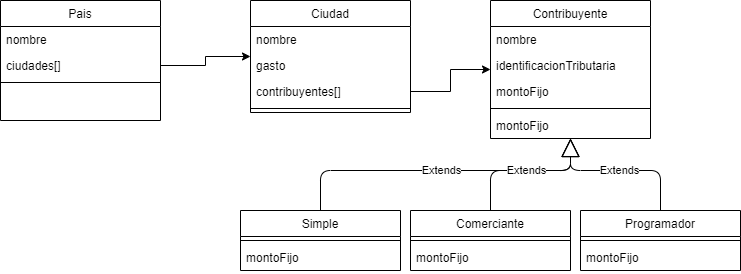
Before: Practico 5/src/ejercicio4/Ejercicio 4 p5 - Diagram.png, a diagram exported from draw.io (fdcrespi/programacion2). Source tidied: cells renumbered, new cells last; positions are measured from the earlier drawing's top-left corner, leaving out a move shared by most shapes. The source it was exported from:
```xml
<mxGraphModel>
  <root>
    <mxCell id="0" />
    <mxCell id="1" parent="0" />
    <mxCell id="2" value="Pais" style="swimlane;fontStyle=0;align=center;verticalAlign=top;horizontal=1;startSize=26;rounded=0;shadow=0;strokeWidth=1;" parent="1" vertex="1">
      <mxGeometry width="160" height="120" as="geometry" />
    </mxCell>
    <mxCell id="3" value="nombre" style="text;align=left;verticalAlign=top;spacingLeft=4;spacingRight=4;overflow=hidden;rounded=0;shadow=0;html=0;" parent="2" vertex="1">
      <mxGeometry y="26" width="160" height="26" as="geometry" />
    </mxCell>
    <mxCell id="4" value="ciudades[]" style="text;align=left;verticalAlign=top;spacingLeft=4;spacingRight=4;overflow=hidden;points=[[0,0.5],[1,0.5]];portConstraint=eastwest;rounded=0;shadow=0;html=0;" parent="2" vertex="1">
      <mxGeometry y="52" width="160" height="26" as="geometry" />
    </mxCell>
    <mxCell id="5" style="line;html=1;strokeWidth=1;align=left;verticalAlign=middle;spacingTop=-1;spacingLeft=3;spacingRight=3;labelPosition=right;" parent="2" vertex="1">
      <mxGeometry y="78" width="160" height="8" as="geometry" />
    </mxCell>
    <mxCell id="6" style="text;strokeColor=none;fillColor=none;align=left;verticalAlign=middle;spacingTop=-1;spacingLeft=4;spacingRight=4;labelPosition=right;" parent="1" vertex="1">
      <mxGeometry x="340" y="120" width="20" height="14" as="geometry" />
    </mxCell>
    <mxCell id="7" value="Ciudad" style="swimlane;fontStyle=0;align=center;verticalAlign=top;horizontal=1;startSize=26;" parent="1" vertex="1">
      <mxGeometry x="250" width="160" height="112" as="geometry" />
    </mxCell>
    <mxCell id="8" value="nombre" style="text;strokeColor=none;fillColor=none;align=left;verticalAlign=top;spacingLeft=4;spacingRight=4;overflow=hidden;" parent="7" vertex="1">
      <mxGeometry y="26" width="160" height="26" as="geometry" />
    </mxCell>
    <mxCell id="9" value="gasto" style="text;strokeColor=none;fillColor=none;align=left;verticalAlign=top;spacingLeft=4;spacingRight=4;overflow=hidden;" parent="7" vertex="1">
      <mxGeometry y="52" width="160" height="26" as="geometry" />
    </mxCell>
    <mxCell id="10" value="contribuyentes[]" style="text;strokeColor=none;fillColor=none;align=left;verticalAlign=top;spacingLeft=4;spacingRight=4;overflow=hidden;points=[[0,0.5],[1,0.5]];portConstraint=eastwest;" parent="7" vertex="1">
      <mxGeometry y="78" width="160" height="26" as="geometry" />
    </mxCell>
    <mxCell id="11" style="line;strokeWidth=1;fillColor=none;align=left;verticalAlign=middle;spacingTop=-1;spacingLeft=3;spacingRight=3;labelPosition=right;" parent="7" vertex="1">
      <mxGeometry y="104" width="160" height="8" as="geometry" />
    </mxCell>
    <mxCell id="12" value="Contribuyente" style="swimlane;fontStyle=0;align=center;verticalAlign=top;horizontal=1;startSize=26;" parent="1" vertex="1">
      <mxGeometry x="490" width="160" height="138" as="geometry" />
    </mxCell>
    <mxCell id="13" value="nombre" style="text;strokeColor=none;fillColor=none;align=left;verticalAlign=top;spacingLeft=4;spacingRight=4;overflow=hidden;" parent="12" vertex="1">
      <mxGeometry y="26" width="160" height="26" as="geometry" />
    </mxCell>
    <mxCell id="14" value="identificacionTributaria" style="text;strokeColor=none;fillColor=none;align=left;verticalAlign=top;spacingLeft=4;spacingRight=4;overflow=hidden;" parent="12" vertex="1">
      <mxGeometry y="52" width="160" height="26" as="geometry" />
    </mxCell>
    <mxCell id="15" value="montoFijo" style="text;strokeColor=none;fillColor=none;align=left;verticalAlign=top;spacingLeft=4;spacingRight=4;overflow=hidden;" parent="12" vertex="1">
      <mxGeometry y="78" width="160" height="26" as="geometry" />
    </mxCell>
    <mxCell id="16" style="line;strokeWidth=1;fillColor=none;align=left;verticalAlign=middle;spacingTop=-1;spacingLeft=3;spacingRight=3;labelPosition=right;" parent="12" vertex="1">
      <mxGeometry y="104" width="160" height="8" as="geometry" />
    </mxCell>
    <mxCell id="17" value="montoFijo" style="text;strokeColor=none;fillColor=none;align=left;verticalAlign=top;spacingLeft=4;spacingRight=4;overflow=hidden;" parent="12" vertex="1">
      <mxGeometry y="112" width="160" height="26" as="geometry" />
    </mxCell>
    <mxCell id="18" value="Simple" style="swimlane;fontStyle=0;align=center;verticalAlign=top;horizontal=1;startSize=26;" parent="1" vertex="1">
      <mxGeometry x="240" y="210" width="160" height="60" as="geometry" />
    </mxCell>
    <mxCell id="19" style="line;strokeWidth=1;fillColor=none;align=left;verticalAlign=middle;spacingTop=-1;spacingLeft=3;spacingRight=3;labelPosition=right;" parent="18" vertex="1">
      <mxGeometry y="26" width="160" height="8" as="geometry" />
    </mxCell>
    <mxCell id="20" value="montoFijo" style="text;strokeColor=none;fillColor=none;align=left;verticalAlign=top;spacingLeft=4;spacingRight=4;overflow=hidden;points=[[0,0.5],[1,0.5]];portConstraint=eastwest;" parent="18" vertex="1">
      <mxGeometry y="34" width="160" height="26" as="geometry" />
    </mxCell>
    <mxCell id="21" value="Comerciante" style="swimlane;fontStyle=0;align=center;verticalAlign=top;horizontal=1;startSize=26;" parent="1" vertex="1">
      <mxGeometry x="410" y="210" width="160" height="60" as="geometry" />
    </mxCell>
    <mxCell id="22" style="line;strokeWidth=1;fillColor=none;align=left;verticalAlign=middle;spacingTop=-1;spacingLeft=3;spacingRight=3;labelPosition=right;" parent="21" vertex="1">
      <mxGeometry y="26" width="160" height="8" as="geometry" />
    </mxCell>
    <mxCell id="23" value="montoFijo" style="text;strokeColor=none;fillColor=none;align=left;verticalAlign=top;spacingLeft=4;spacingRight=4;overflow=hidden;" parent="21" vertex="1">
      <mxGeometry y="34" width="160" height="26" as="geometry" />
    </mxCell>
    <mxCell id="24" value="Programador" style="swimlane;fontStyle=0;align=center;verticalAlign=top;horizontal=1;startSize=26;" parent="1" vertex="1">
      <mxGeometry x="580" y="210" width="160" height="60" as="geometry" />
    </mxCell>
    <mxCell id="25" style="line;strokeWidth=1;fillColor=none;align=left;verticalAlign=middle;spacingTop=-1;spacingLeft=3;spacingRight=3;labelPosition=right;" parent="24" vertex="1">
      <mxGeometry y="26" width="160" height="8" as="geometry" />
    </mxCell>
    <mxCell id="26" value="montoFijo" style="text;strokeColor=none;fillColor=none;align=left;verticalAlign=top;spacingLeft=4;spacingRight=4;overflow=hidden;" parent="24" vertex="1">
      <mxGeometry y="34" width="160" height="26" as="geometry" />
    </mxCell>
    <mxCell id="27" style="edgeStyle=orthogonalEdgeStyle;rounded=0;jettySize=auto;html=1;" parent="1" edge="1" source="10" target="12">
      <mxGeometry relative="1" as="geometry" />
    </mxCell>
    <mxCell id="28" style="edgeStyle=orthogonalEdgeStyle;rounded=0;jettySize=auto;html=1;" parent="1" edge="1" source="4" target="7">
      <mxGeometry relative="1" as="geometry" />
    </mxCell>
    <mxCell id="29" value="Extends" style="endArrow=block;endSize=16;endFill=0;html=1;" parent="1" edge="1" source="18" target="12">
      <mxGeometry relative="1" as="geometry">
        <Array as="points">
          <mxPoint x="320" y="170" />
          <mxPoint x="570" y="170" />
        </Array>
      </mxGeometry>
    </mxCell>
    <mxCell id="30" value="Extends" style="endArrow=block;endSize=16;endFill=0;html=1;" parent="1" edge="1" source="21" target="12">
      <mxGeometry relative="1" as="geometry">
        <Array as="points">
          <mxPoint x="490" y="170" />
          <mxPoint x="570" y="170" />
        </Array>
      </mxGeometry>
    </mxCell>
    <mxCell id="31" value="Extends" style="endArrow=block;endSize=16;endFill=0;html=1;" parent="1" edge="1" source="24" target="12">
      <mxGeometry relative="1" as="geometry">
        <Array as="points">
          <mxPoint x="660" y="170" />
          <mxPoint x="570" y="170" />
        </Array>
      </mxGeometry>
    </mxCell>
  </root>
</mxGraphModel>
```
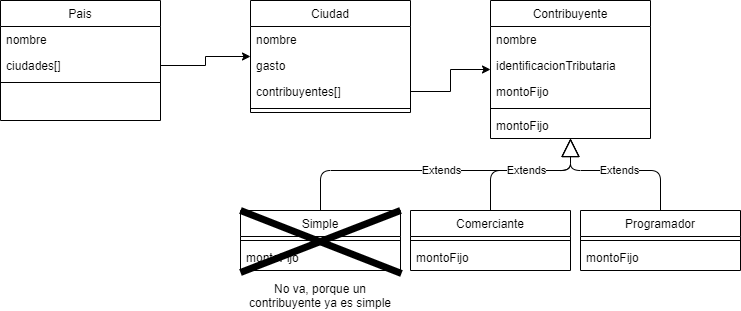
The same diagram one commit later.

Change to the diagram source:
```diff
@@ -56,9 +56,17 @@
     <mxCell id="19" style="line;strokeWidth=1;fillColor=none;align=left;verticalAlign=middle;spacingTop=-1;spacingLeft=3;spacingRight=3;labelPosition=right;" parent="18" vertex="1">
       <mxGeometry y="26" width="160" height="8" as="geometry" />
     </mxCell>
+    <mxCell id="32" style="endArrow=none;html=1;strokeWidth=7;exitX=0;exitY=1.077;exitDx=0;exitDy=0;exitPerimeter=0;" parent="18" edge="1" source="20">
+      <mxGeometry relative="1" as="geometry">
+        <mxPoint x="160" as="targetPoint" />
+      </mxGeometry>
+    </mxCell>
     <mxCell id="20" value="montoFijo" style="text;strokeColor=none;fillColor=none;align=left;verticalAlign=top;spacingLeft=4;spacingRight=4;overflow=hidden;points=[[0,0.5],[1,0.5]];portConstraint=eastwest;" parent="18" vertex="1">
       <mxGeometry y="34" width="160" height="26" as="geometry" />
     </mxCell>
+    <mxCell id="33" style="endArrow=none;html=1;strokeWidth=7;entryX=0;entryY=0;entryDx=0;entryDy=0;exitX=1.006;exitY=1.115;exitDx=0;exitDy=0;exitPerimeter=0;" parent="18" edge="1" source="20" target="18">
+      <mxGeometry relative="1" as="geometry" />
+    </mxCell>
     <mxCell id="21" value="Comerciante" style="swimlane;fontStyle=0;align=center;verticalAlign=top;horizontal=1;startSize=26;" parent="1" vertex="1">
       <mxGeometry x="410" y="210" width="160" height="60" as="geometry" />
     </mxCell>
@@ -107,5 +115,8 @@
         </Array>
       </mxGeometry>
     </mxCell>
+    <mxCell id="34" value="No va, porque un contribuyente ya es simple" style="text;html=1;strokeColor=none;fillColor=none;align=center;verticalAlign=middle;whiteSpace=wrap;rounded=0;" parent="1" vertex="1">
+      <mxGeometry x="245" y="280" width="150" height="30" as="geometry" />
+    </mxCell>
   </root>
 </mxGraphModel>
```
